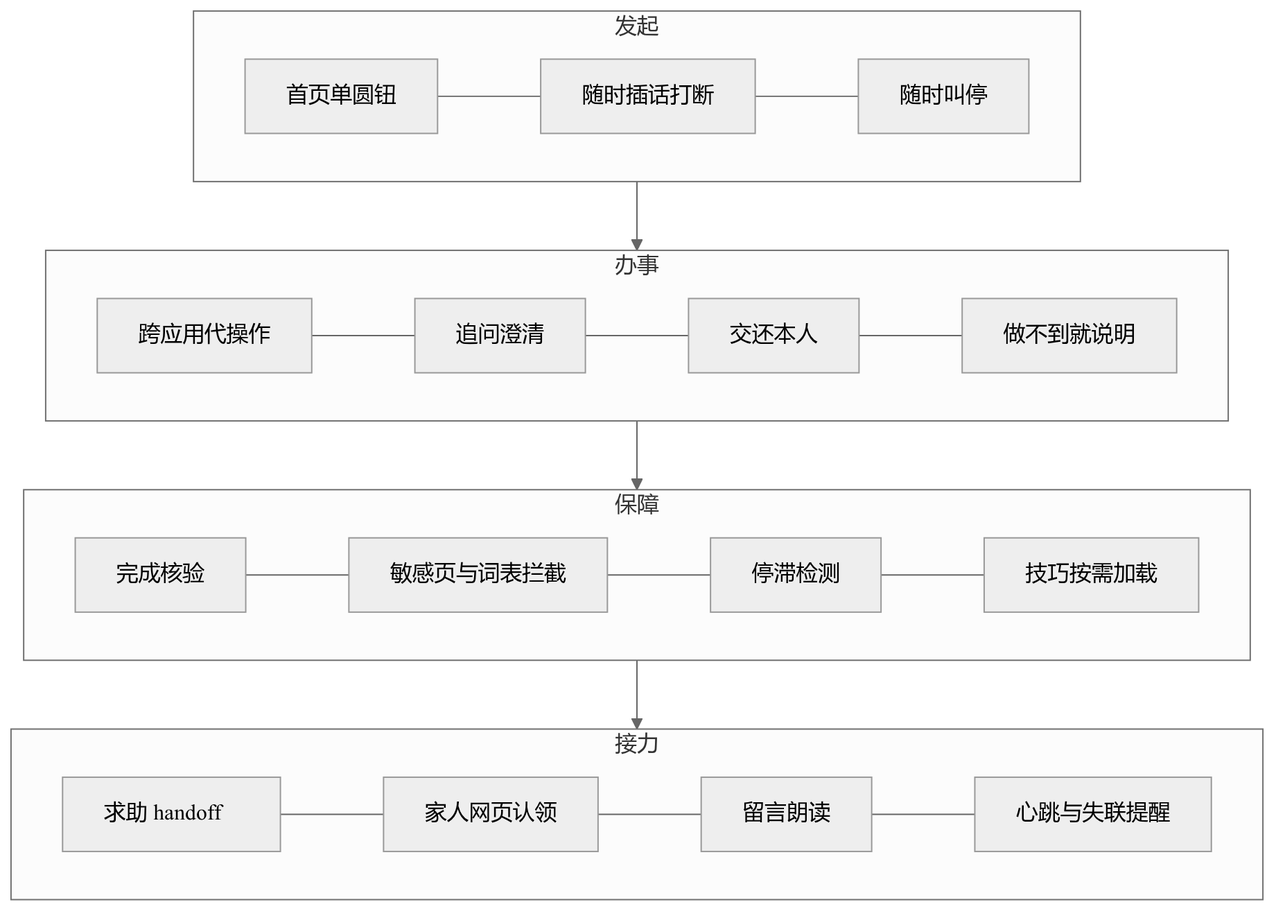
Above: docs/aic-2026/figures/fig9.png in lhxll07/elder-harness (Mermaid), before the change. Its source is kept beside it as docs/aic-2026/figures/fig9.mmd.
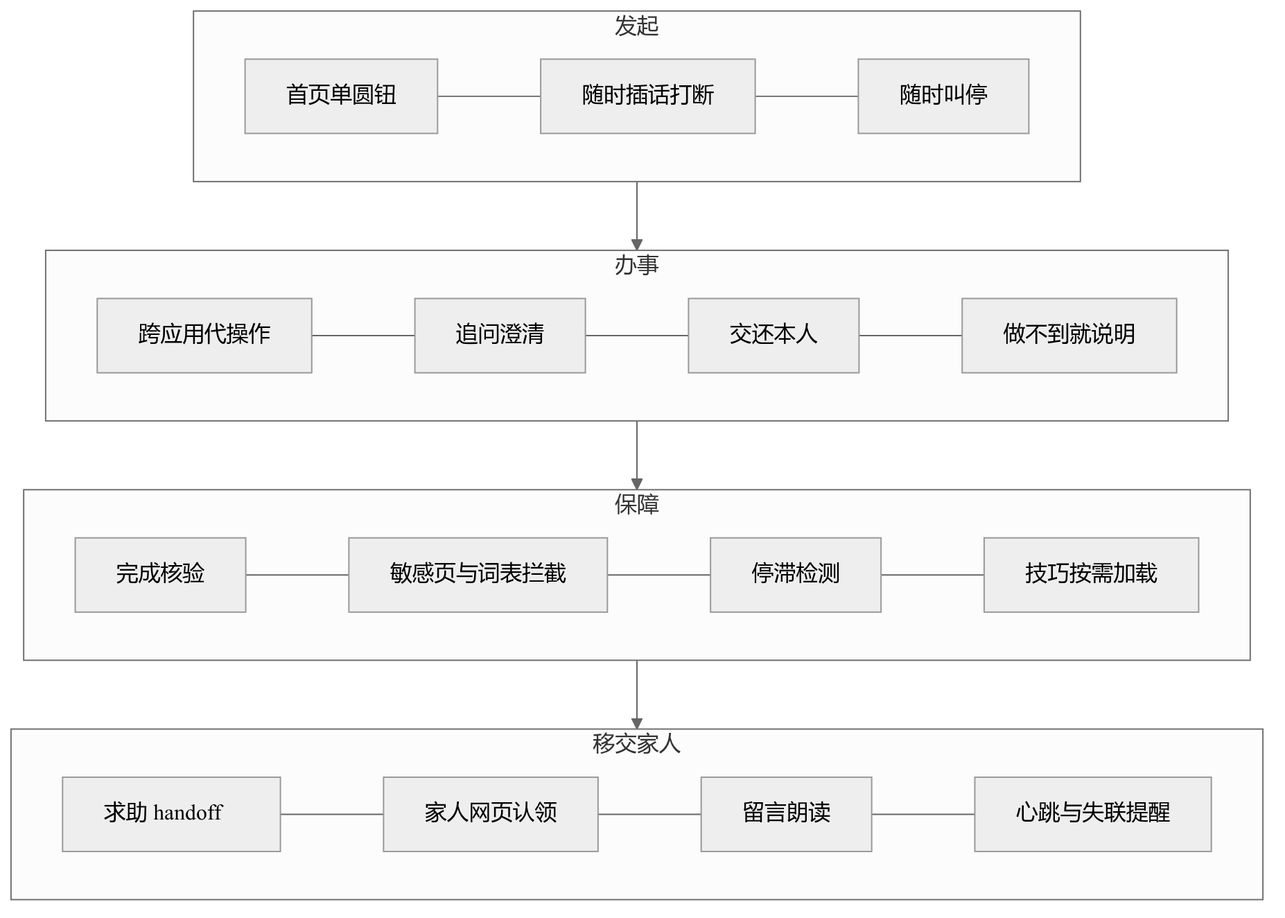
Above is the later version.

What changed in the source:
```diff
@@ -12,7 +12,7 @@
     direction LR
     C1[完成核验] --- C2[敏感页与词表拦截] --- C3[停滞检测] --- C4[技巧按需加载]
   end
-  subgraph D[接力]
+  subgraph D[移交家人]
     direction LR
     D1[求助 handoff] --- D2[家人网页认领] --- D3[留言朗读] --- D4[心跳与失联提醒]
   end
```
